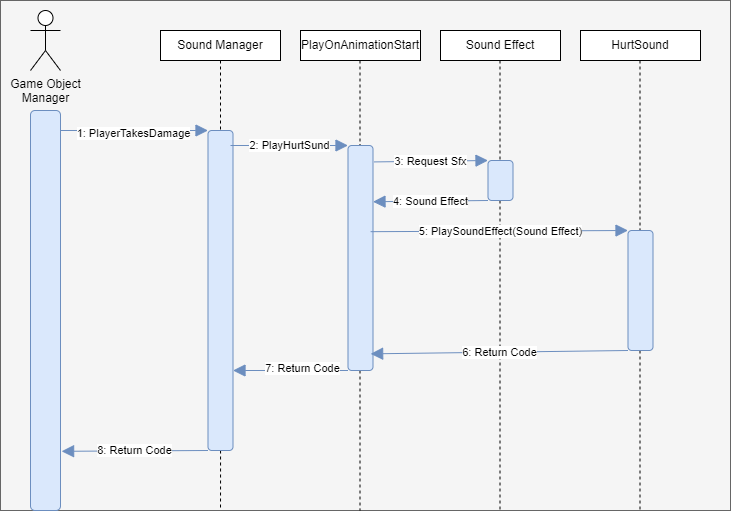
Above: 383Game/Doc/tl1/CC_SequenceDiagram.png in CorylC/CS383BrainstewGame (draw.io), before the change. Source tidied: cells renumbered, new cells last; positions are measured from the earlier drawing's top-left corner, leaving out a move shared by most shapes. Source of this version:
```xml
<mxGraphModel>
  <root>
    <mxCell id="0" />
    <mxCell id="1" parent="0" />
    <mxCell id="2" style="rounded=0;whiteSpace=wrap;html=1;fillColor=#f5f5f5;fontColor=#333333;strokeColor=#666666;" parent="1" vertex="1">
      <mxGeometry width="730" height="510" as="geometry" />
    </mxCell>
    <mxCell id="3" style="rounded=1;whiteSpace=wrap;html=1;fillColor=#dae8fc;strokeColor=#6c8ebf;" parent="1" vertex="1">
      <mxGeometry x="30" y="110" width="30" height="400" as="geometry" />
    </mxCell>
    <mxCell id="4" value="Game Object&lt;div&gt;Manager&lt;/div&gt;" style="shape=umlActor;verticalLabelPosition=bottom;verticalAlign=top;html=1;" parent="1" vertex="1">
      <mxGeometry x="30" y="10" width="30" height="60" as="geometry" />
    </mxCell>
    <mxCell id="5" style="edgeStyle=orthogonalEdgeStyle;rounded=0;jettySize=auto;html=1;endArrow=none;startFill=0;dashed=1;" parent="1" edge="1" source="14">
      <mxGeometry relative="1" as="geometry">
        <mxPoint x="220" y="510" as="targetPoint" />
      </mxGeometry>
    </mxCell>
    <mxCell id="6" value="Sound Manager" style="rounded=0;whiteSpace=wrap;html=1;" parent="1" vertex="1">
      <mxGeometry x="160" y="30" width="120" height="30" as="geometry" />
    </mxCell>
    <mxCell id="7" value="Sound Effect" style="rounded=0;whiteSpace=wrap;html=1;" parent="1" vertex="1">
      <mxGeometry x="440" y="30" width="120" height="30" as="geometry" />
    </mxCell>
    <mxCell id="8" value="PlayOnAnimationStart" style="rounded=0;whiteSpace=wrap;html=1;" parent="1" vertex="1">
      <mxGeometry x="300" y="30" width="120" height="30" as="geometry" />
    </mxCell>
    <mxCell id="9" value="HurtSound" style="rounded=0;whiteSpace=wrap;html=1;" parent="1" vertex="1">
      <mxGeometry x="580" y="30" width="120" height="30" as="geometry" />
    </mxCell>
    <mxCell id="10" style="edgeStyle=orthogonalEdgeStyle;rounded=0;jettySize=auto;html=1;endArrow=none;startFill=0;dashed=1;" parent="1" edge="1" source="18">
      <mxGeometry relative="1" as="geometry">
        <mxPoint x="359.5" y="510" as="targetPoint" />
      </mxGeometry>
    </mxCell>
    <mxCell id="11" style="edgeStyle=orthogonalEdgeStyle;rounded=0;jettySize=auto;html=1;endArrow=none;startFill=0;dashed=1;" parent="1" edge="1" source="21">
      <mxGeometry relative="1" as="geometry">
        <mxPoint x="499.5" y="510" as="targetPoint" />
      </mxGeometry>
    </mxCell>
    <mxCell id="12" style="edgeStyle=orthogonalEdgeStyle;rounded=0;jettySize=auto;html=1;endArrow=none;startFill=0;dashed=1;" parent="1" edge="1" source="23">
      <mxGeometry relative="1" as="geometry">
        <mxPoint x="639.5" y="510" as="targetPoint" />
      </mxGeometry>
    </mxCell>
    <mxCell id="13" style="edgeStyle=orthogonalEdgeStyle;rounded=0;jettySize=auto;html=1;endArrow=none;startFill=0;dashed=1;" parent="1" edge="1" source="6" target="14">
      <mxGeometry relative="1" as="geometry" />
    </mxCell>
    <mxCell id="14" style="rounded=1;whiteSpace=wrap;html=1;fillColor=#dae8fc;strokeColor=#6c8ebf;" parent="1" vertex="1">
      <mxGeometry x="207.5" y="130" width="25" height="320" as="geometry" />
    </mxCell>
    <mxCell id="15" style="edgeStyle=orthogonalEdgeStyle;rounded=0;jettySize=auto;html=1;endArrow=none;startFill=0;dashed=1;" parent="1" edge="1" target="18">
      <mxGeometry relative="1" as="geometry">
        <mxPoint x="359.5" y="60" as="sourcePoint" />
      </mxGeometry>
    </mxCell>
    <mxCell id="16" style="rounded=0;jettySize=auto;html=1;exitX=0;exitY=1;exitDx=0;exitDy=0;entryX=1;entryY=0.75;entryDx=0;entryDy=0;strokeColor=#6c8ebf;align=center;verticalAlign=middle;fontFamily=Helvetica;fontSize=11;fontColor=default;labelBackgroundColor=default;startSize=10;endArrow=block;endFill=1;endSize=10;fillColor=#dae8fc;" parent="1" edge="1" source="18" target="14">
      <mxGeometry relative="1" as="geometry" />
    </mxCell>
    <mxCell id="17" value="7: Return Code" style="edgeLabel;html=1;align=center;verticalAlign=middle;" parent="16" vertex="1">
      <mxGeometry x="-0.19" y="-3" relative="1" as="geometry" />
    </mxCell>
    <mxCell id="18" style="rounded=1;whiteSpace=wrap;html=1;fillColor=#dae8fc;strokeColor=#6c8ebf;" parent="1" vertex="1">
      <mxGeometry x="347.5" y="145" width="25" height="225" as="geometry" />
    </mxCell>
    <mxCell id="19" style="edgeStyle=orthogonalEdgeStyle;rounded=0;jettySize=auto;html=1;endArrow=none;startFill=0;dashed=1;" parent="1" edge="1" target="21">
      <mxGeometry relative="1" as="geometry">
        <mxPoint x="499.5" y="60" as="sourcePoint" />
      </mxGeometry>
    </mxCell>
    <mxCell id="20" value="4: Sound Effect" style="rounded=0;jettySize=auto;html=1;exitX=0;exitY=1;exitDx=0;exitDy=0;entryX=1;entryY=0.25;entryDx=0;entryDy=0;strokeColor=#6c8ebf;align=center;verticalAlign=middle;fontFamily=Helvetica;fontSize=11;fontColor=default;labelBackgroundColor=default;startSize=10;endArrow=block;endFill=1;endSize=10;fillColor=#dae8fc;" parent="1" edge="1" source="21" target="18">
      <mxGeometry relative="1" as="geometry" />
    </mxCell>
    <mxCell id="21" style="rounded=1;whiteSpace=wrap;html=1;fillColor=#dae8fc;strokeColor=#6c8ebf;" parent="1" vertex="1">
      <mxGeometry x="487.5" y="160" width="25" height="40" as="geometry" />
    </mxCell>
    <mxCell id="22" style="edgeStyle=orthogonalEdgeStyle;rounded=0;jettySize=auto;html=1;endArrow=none;startFill=0;dashed=1;" parent="1" edge="1" target="23">
      <mxGeometry relative="1" as="geometry">
        <mxPoint x="639.5" y="60" as="sourcePoint" />
      </mxGeometry>
    </mxCell>
    <mxCell id="23" style="rounded=1;whiteSpace=wrap;html=1;fillColor=#dae8fc;strokeColor=#6c8ebf;" parent="1" vertex="1">
      <mxGeometry x="627.5" y="230" width="25" height="120" as="geometry" />
    </mxCell>
    <mxCell id="24" style="rounded=0;jettySize=auto;html=1;exitX=0;exitY=0;exitDx=0;exitDy=0;entryX=0;entryY=0;entryDx=0;entryDy=0;endArrow=block;endFill=1;startSize=10;endSize=10;strokeColor=#6c8ebf;fillColor=#dae8fc;" parent="1" edge="1" target="14">
      <mxGeometry relative="1" as="geometry">
        <mxPoint x="60" y="130" as="sourcePoint" />
      </mxGeometry>
    </mxCell>
    <mxCell id="25" value="1: PlayerTakesDamage" style="edgeLabel;html=1;align=center;verticalAlign=middle;" parent="24" vertex="1">
      <mxGeometry x="0.11" y="-2" relative="1" as="geometry">
        <mxPoint x="-10" as="offset" />
      </mxGeometry>
    </mxCell>
    <mxCell id="26" value="2: PlayHurtSund" style="rounded=0;jettySize=auto;html=1;exitX=0;exitY=0;exitDx=0;exitDy=0;strokeColor=#6c8ebf;align=center;verticalAlign=middle;fontFamily=Helvetica;fontSize=11;fontColor=default;labelBackgroundColor=default;startSize=10;endArrow=block;endFill=1;endSize=10;fillColor=#dae8fc;entryX=0;entryY=0;entryDx=0;entryDy=0;" parent="1" edge="1" target="18">
      <mxGeometry relative="1" as="geometry">
        <mxPoint x="230" y="145" as="sourcePoint" />
      </mxGeometry>
    </mxCell>
    <mxCell id="27" value="3: Request Sfx" style="rounded=0;jettySize=auto;html=1;exitX=1.041;exitY=0.073;exitDx=0;exitDy=0;strokeColor=#6c8ebf;align=center;verticalAlign=middle;fontFamily=Helvetica;fontSize=11;fontColor=default;labelBackgroundColor=default;startSize=10;endArrow=block;endFill=1;endSize=10;fillColor=#dae8fc;entryX=0;entryY=0;entryDx=0;entryDy=0;exitPerimeter=0;" parent="1" edge="1" source="18" target="21">
      <mxGeometry relative="1" as="geometry" />
    </mxCell>
    <mxCell id="28" style="rounded=0;jettySize=auto;html=1;exitX=0.906;exitY=0.383;exitDx=0;exitDy=0;strokeColor=#6c8ebf;align=center;verticalAlign=middle;fontFamily=Helvetica;fontSize=11;fontColor=default;labelBackgroundColor=default;startSize=10;endArrow=block;endFill=1;endSize=10;fillColor=#dae8fc;entryX=0;entryY=0;entryDx=0;entryDy=0;exitPerimeter=0;" parent="1" edge="1" source="18" target="23">
      <mxGeometry relative="1" as="geometry" />
    </mxCell>
    <mxCell id="29" value="5: PlaySoundEffect(Sound Effect)" style="edgeLabel;html=1;align=center;verticalAlign=middle;" parent="28" vertex="1">
      <mxGeometry x="-0.27" y="-4" relative="1" as="geometry">
        <mxPoint x="36" y="-4" as="offset" />
      </mxGeometry>
    </mxCell>
    <mxCell id="30" value="6: Return Code" style="rounded=0;jettySize=auto;html=1;exitX=0;exitY=1;exitDx=0;exitDy=0;entryX=0.906;entryY=0.926;entryDx=0;entryDy=0;entryPerimeter=0;strokeColor=#6c8ebf;align=center;verticalAlign=middle;fontFamily=Helvetica;fontSize=11;fontColor=default;labelBackgroundColor=default;startSize=10;endArrow=block;endFill=1;endSize=10;fillColor=#dae8fc;" parent="1" edge="1" source="23" target="18">
      <mxGeometry relative="1" as="geometry" />
    </mxCell>
    <mxCell id="31" value="8: Return Code" style="rounded=0;jettySize=auto;html=1;exitX=0;exitY=1;exitDx=0;exitDy=0;entryX=1.037;entryY=0.852;entryDx=0;entryDy=0;entryPerimeter=0;strokeColor=#6c8ebf;align=center;verticalAlign=middle;fontFamily=Helvetica;fontSize=11;fontColor=default;labelBackgroundColor=default;startSize=10;endArrow=block;endFill=1;endSize=10;fillColor=#dae8fc;" parent="1" edge="1" source="14" target="3">
      <mxGeometry relative="1" as="geometry" />
    </mxCell>
  </root>
</mxGraphModel>
```
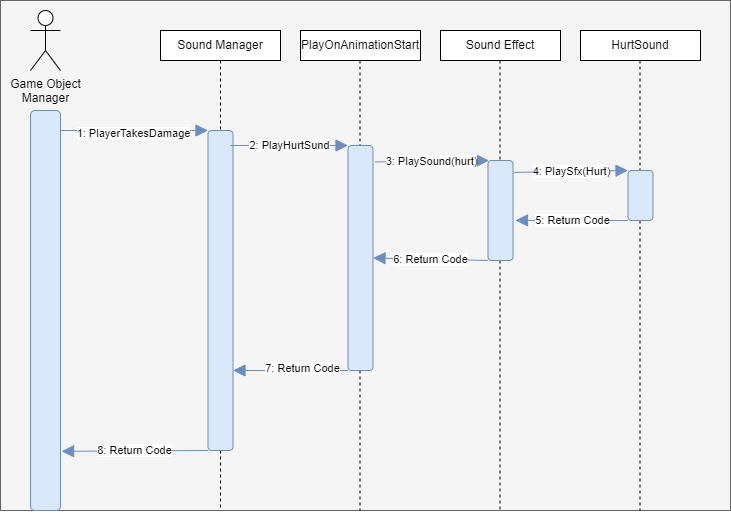
Above is the later version.

Commit message:
Fixed Sequence Diagram

Diff of the diagram source:
```diff
@@ -68,11 +68,11 @@
         <mxPoint x="499.5" y="60" as="sourcePoint" />
       </mxGeometry>
     </mxCell>
-    <mxCell id="20" value="4: Sound Effect" style="rounded=0;jettySize=auto;html=1;exitX=0;exitY=1;exitDx=0;exitDy=0;entryX=1;entryY=0.25;entryDx=0;entryDy=0;strokeColor=#6c8ebf;align=center;verticalAlign=middle;fontFamily=Helvetica;fontSize=11;fontColor=default;labelBackgroundColor=default;startSize=10;endArrow=block;endFill=1;endSize=10;fillColor=#dae8fc;" parent="1" edge="1" source="21" target="18">
+    <mxCell id="20" value="6: Return Code" style="rounded=0;jettySize=auto;html=1;exitX=0;exitY=1;exitDx=0;exitDy=0;entryX=1;entryY=0.5;entryDx=0;entryDy=0;strokeColor=#6c8ebf;align=center;verticalAlign=middle;fontFamily=Helvetica;fontSize=11;fontColor=default;labelBackgroundColor=default;startSize=10;endArrow=block;endFill=1;endSize=10;fillColor=#dae8fc;" parent="1" edge="1" source="21" target="18">
       <mxGeometry relative="1" as="geometry" />
     </mxCell>
     <mxCell id="21" style="rounded=1;whiteSpace=wrap;html=1;fillColor=#dae8fc;strokeColor=#6c8ebf;" parent="1" vertex="1">
-      <mxGeometry x="487.5" y="160" width="25" height="40" as="geometry" />
+      <mxGeometry x="487.5" y="160" width="25" height="100" as="geometry" />
     </mxCell>
     <mxCell id="22" style="edgeStyle=orthogonalEdgeStyle;rounded=0;jettySize=auto;html=1;endArrow=none;startFill=0;dashed=1;" parent="1" edge="1" target="23">
       <mxGeometry relative="1" as="geometry">
@@ -80,7 +80,7 @@
       </mxGeometry>
     </mxCell>
     <mxCell id="23" style="rounded=1;whiteSpace=wrap;html=1;fillColor=#dae8fc;strokeColor=#6c8ebf;" parent="1" vertex="1">
-      <mxGeometry x="627.5" y="230" width="25" height="120" as="geometry" />
+      <mxGeometry x="627.5" y="170" width="25" height="50" as="geometry" />
     </mxCell>
     <mxCell id="24" style="rounded=0;jettySize=auto;html=1;exitX=0;exitY=0;exitDx=0;exitDy=0;entryX=0;entryY=0;entryDx=0;entryDy=0;endArrow=block;endFill=1;startSize=10;endSize=10;strokeColor=#6c8ebf;fillColor=#dae8fc;" parent="1" edge="1" target="14">
       <mxGeometry relative="1" as="geometry">
@@ -97,18 +97,21 @@
         <mxPoint x="230" y="145" as="sourcePoint" />
       </mxGeometry>
     </mxCell>
-    <mxCell id="27" value="3: Request Sfx" style="rounded=0;jettySize=auto;html=1;exitX=1.041;exitY=0.073;exitDx=0;exitDy=0;strokeColor=#6c8ebf;align=center;verticalAlign=middle;fontFamily=Helvetica;fontSize=11;fontColor=default;labelBackgroundColor=default;startSize=10;endArrow=block;endFill=1;endSize=10;fillColor=#dae8fc;entryX=0;entryY=0;entryDx=0;entryDy=0;exitPerimeter=0;" parent="1" edge="1" source="18" target="21">
-      <mxGeometry relative="1" as="geometry" />
+    <mxCell id="27" value="3: PlaySound(hurt)" style="rounded=0;orthogonalLoop=1;jettySize=auto;html=1;exitX=1.041;exitY=0.073;exitDx=0;exitDy=0;strokeColor=#6c8ebf;align=center;verticalAlign=middle;fontFamily=Helvetica;fontSize=11;fontColor=default;labelBackgroundColor=default;startSize=10;endArrow=block;endFill=1;endSize=10;fillColor=#dae8fc;entryX=0;entryY=0;entryDx=0;entryDy=0;exitPerimeter=0;" parent="1" edge="1">
+      <mxGeometry relative="1" as="geometry">
+        <mxPoint x="374.5" y="161.4" as="sourcePoint" />
+        <mxPoint x="488.5" y="160" as="targetPoint" />
+      </mxGeometry>
     </mxCell>
-    <mxCell id="28" style="rounded=0;jettySize=auto;html=1;exitX=0.906;exitY=0.383;exitDx=0;exitDy=0;strokeColor=#6c8ebf;align=center;verticalAlign=middle;fontFamily=Helvetica;fontSize=11;fontColor=default;labelBackgroundColor=default;startSize=10;endArrow=block;endFill=1;endSize=10;fillColor=#dae8fc;entryX=0;entryY=0;entryDx=0;entryDy=0;exitPerimeter=0;" parent="1" edge="1" source="18" target="23">
+    <mxCell id="28" style="rounded=0;jettySize=auto;html=1;exitX=1.033;exitY=0.119;exitDx=0;exitDy=0;strokeColor=#6c8ebf;align=center;verticalAlign=middle;fontFamily=Helvetica;fontSize=11;fontColor=default;labelBackgroundColor=default;startSize=10;endArrow=block;endFill=1;endSize=10;fillColor=#dae8fc;entryX=0;entryY=0;entryDx=0;entryDy=0;exitPerimeter=0;" parent="1" edge="1" source="21" target="23">
       <mxGeometry relative="1" as="geometry" />
     </mxCell>
-    <mxCell id="29" value="5: PlaySoundEffect(Sound Effect)" style="edgeLabel;html=1;align=center;verticalAlign=middle;" parent="28" vertex="1">
+    <mxCell id="29" value="&lt;div style=&quot;text-align: right;&quot;&gt;&lt;span style=&quot;background-color: light-dark(#ffffff, var(--ge-dark-color, #121212)); color: light-dark(rgb(0, 0, 0), rgb(255, 255, 255));&quot;&gt;4: PlaySfx(Hurt&lt;/span&gt;&lt;span style=&quot;background-color: light-dark(#ffffff, var(--ge-dark-color, #121212)); color: light-dark(rgb(0, 0, 0), rgb(255, 255, 255));&quot;&gt;)&lt;/span&gt;&lt;/div&gt;" style="edgeLabel;html=1;align=center;verticalAlign=middle;" parent="28" vertex="1">
       <mxGeometry x="-0.27" y="-4" relative="1" as="geometry">
-        <mxPoint x="36" y="-4" as="offset" />
+        <mxPoint x="16" y="-5" as="offset" />
       </mxGeometry>
     </mxCell>
-    <mxCell id="30" value="6: Return Code" style="rounded=0;jettySize=auto;html=1;exitX=0;exitY=1;exitDx=0;exitDy=0;entryX=0.906;entryY=0.926;entryDx=0;entryDy=0;entryPerimeter=0;strokeColor=#6c8ebf;align=center;verticalAlign=middle;fontFamily=Helvetica;fontSize=11;fontColor=default;labelBackgroundColor=default;startSize=10;endArrow=block;endFill=1;endSize=10;fillColor=#dae8fc;" parent="1" edge="1" source="23" target="18">
+    <mxCell id="30" value="5: Return Code" style="rounded=0;jettySize=auto;html=1;exitX=0;exitY=1;exitDx=0;exitDy=0;entryX=1.1;entryY=0.599;entryDx=0;entryDy=0;entryPerimeter=0;strokeColor=#6c8ebf;align=center;verticalAlign=middle;fontFamily=Helvetica;fontSize=11;fontColor=default;labelBackgroundColor=default;startSize=10;endArrow=block;endFill=1;endSize=10;fillColor=#dae8fc;" parent="1" edge="1" source="23" target="21">
       <mxGeometry relative="1" as="geometry" />
     </mxCell>
     <mxCell id="31" value="8: Return Code" style="rounded=0;jettySize=auto;html=1;exitX=0;exitY=1;exitDx=0;exitDy=0;entryX=1.037;entryY=0.852;entryDx=0;entryDy=0;entryPerimeter=0;strokeColor=#6c8ebf;align=center;verticalAlign=middle;fontFamily=Helvetica;fontSize=11;fontColor=default;labelBackgroundColor=default;startSize=10;endArrow=block;endFill=1;endSize=10;fillColor=#dae8fc;" parent="1" edge="1" source="14" target="3">
```
